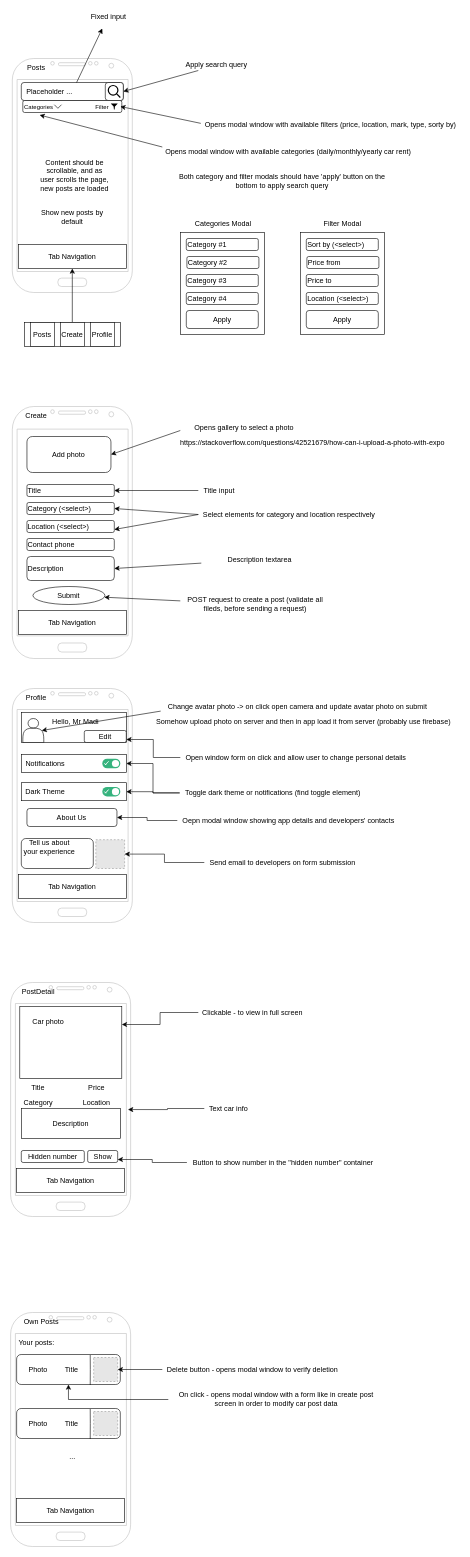
Before: page "Content" (3 of 4) of startup.drawio in Madi-S/kolik, a draw.io diagram. Source tidied: cells renumbered, new cells numbered last; positions are measured from the earlier drawing's top-left corner, leaving out a move shared by most shapes. Both pictures are drawn from the tidied source at 60%, with x=0, y=0 at pixel (10, 10). Pictures stored in the file or linked from it are replaced by grey dashed boxes.
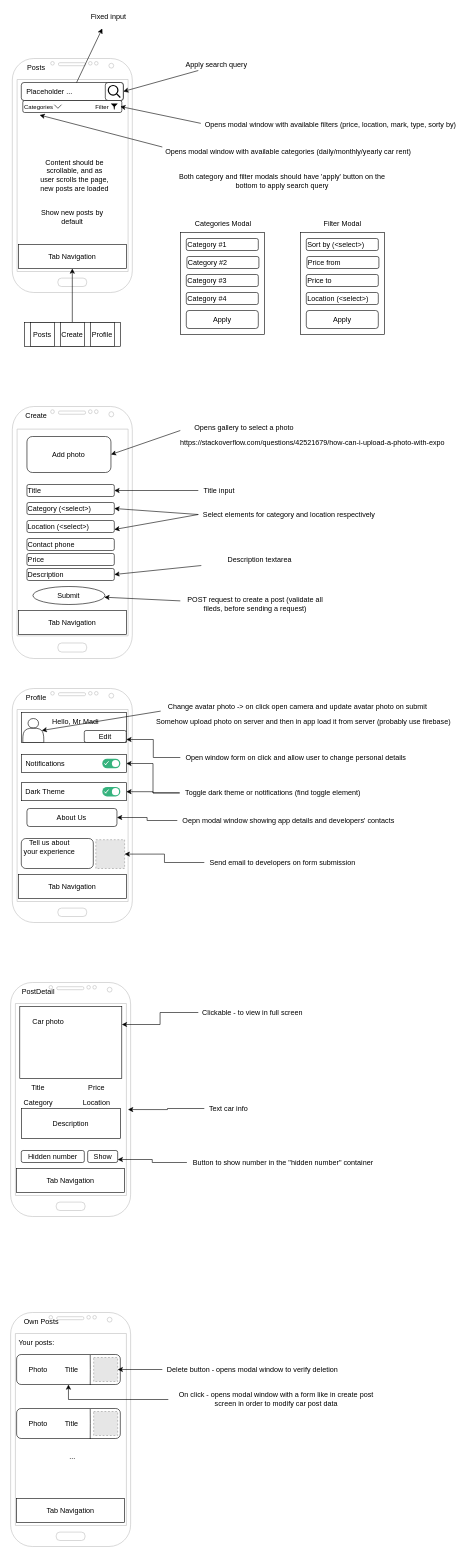
After the change.

Commit message:
Short term objectvies determined

What changed in the source:
```diff
@@
     <mxCell id="54" value="Description" style="rounded=1;whiteSpace=wrap;html=1;fontSize=12;strokeColor=#000000;strokeWidth=1;fillColor=#FFFFFF;align=left;" parent="1" vertex="1">
-      <mxGeometry x="27.4" y="910" width="145.6" height="40" as="geometry" />
+      <mxGeometry x="27.4" y="930" width="145.6" height="20" as="geometry" />
     </mxCell>
@@
+    <mxCell id="134" value="Price" style="rounded=1;whiteSpace=wrap;html=1;fontSize=12;strokeColor=#000000;strokeWidth=1;fillColor=#FFFFFF;align=left;" parent="1" vertex="1">
+      <mxGeometry x="27.4" y="905" width="145.6" height="20" as="geometry" />
+    </mxCell>
```
